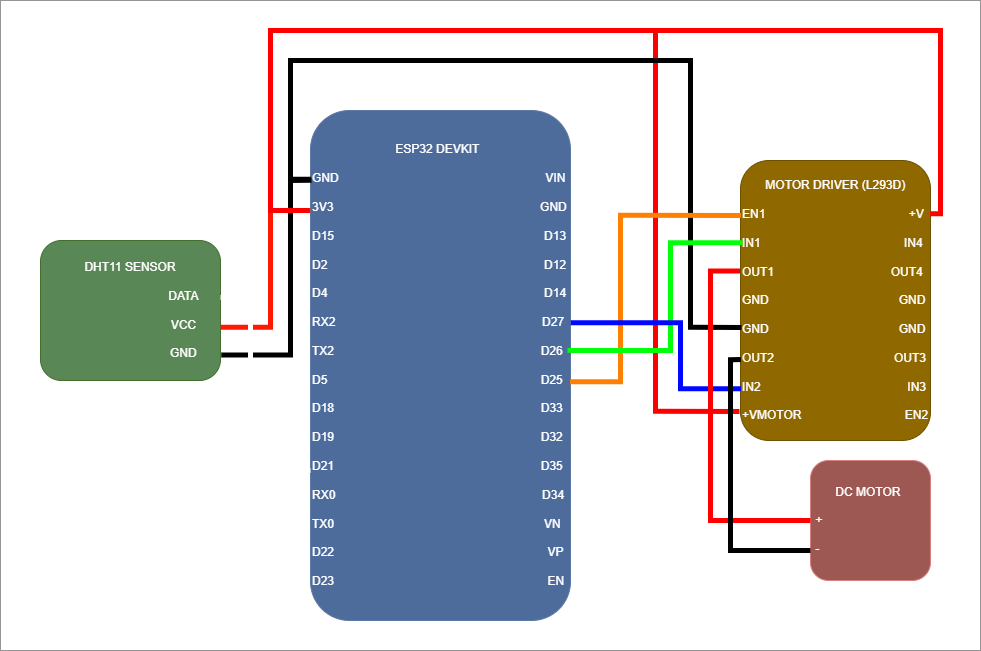
The draw.io diagram wiring_diagram.png in Nilabh-Bhowal/climate-node, before a commit. Source tidied: cells renumbered, new cells last; positions are measured from the earlier drawing's top-left corner, leaving out a move shared by most shapes.
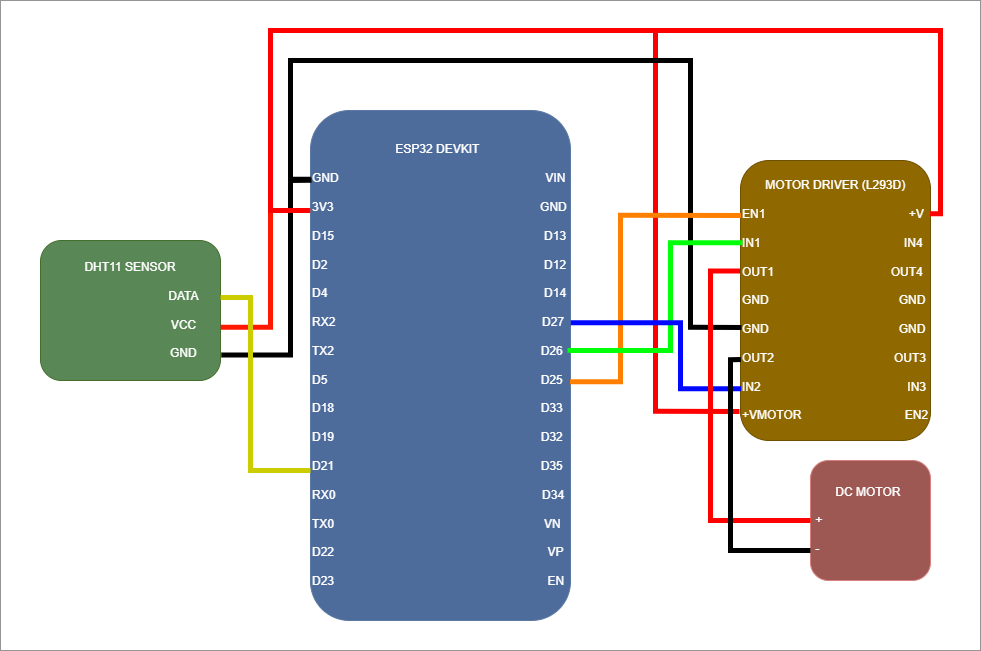
After the commit.

What changed in the source:
```diff
@@ -31,7 +31,7 @@
         </Array>
       </mxGeometry>
     </mxCell>
-    <mxCell id="8" style="endArrow=none;html=1;rounded=0;edgeStyle=orthogonalEdgeStyle;exitX=1;exitY=0.407;exitDx=0;exitDy=0;exitPerimeter=0;strokeWidth=5;" parent="1" edge="1" source="4">
+    <mxCell id="8" style="endArrow=none;html=1;rounded=0;edgeStyle=orthogonalEdgeStyle;exitX=1;exitY=0.407;exitDx=0;exitDy=0;exitPerimeter=0;strokeWidth=5;strokeColor=light-dark(#000000,#CCCC00);" parent="1" edge="1" source="4">
       <mxGeometry relative="1" as="geometry">
         <mxPoint x="310" y="470" as="targetPoint" />
         <Array as="points">
```
